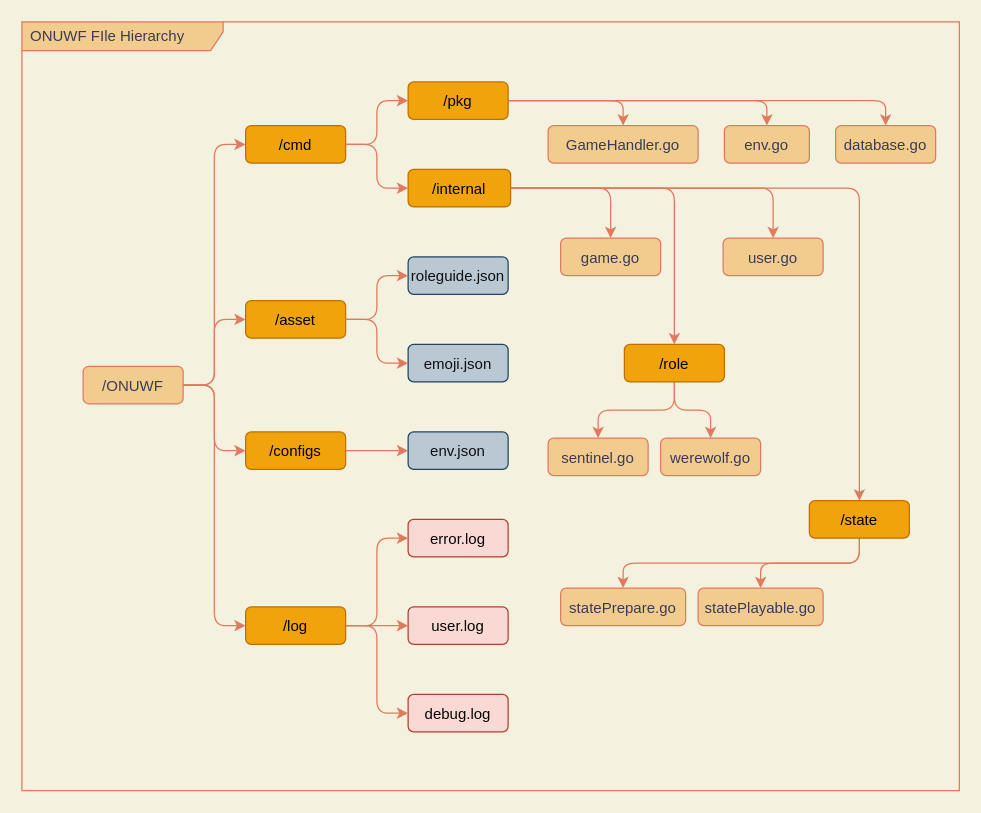
Before: docs/File Hierarchy Diagram.drawio in goyohangoyoill/onuwf, a draw.io diagram. Source tidied: cells renumbered, new cells numbered last; positions are measured from the earlier drawing's top-left corner, leaving out a move shared by most shapes. Both pictures are drawn from the tidied source at 125%, with x=0, y=0 at pixel (21, 21).
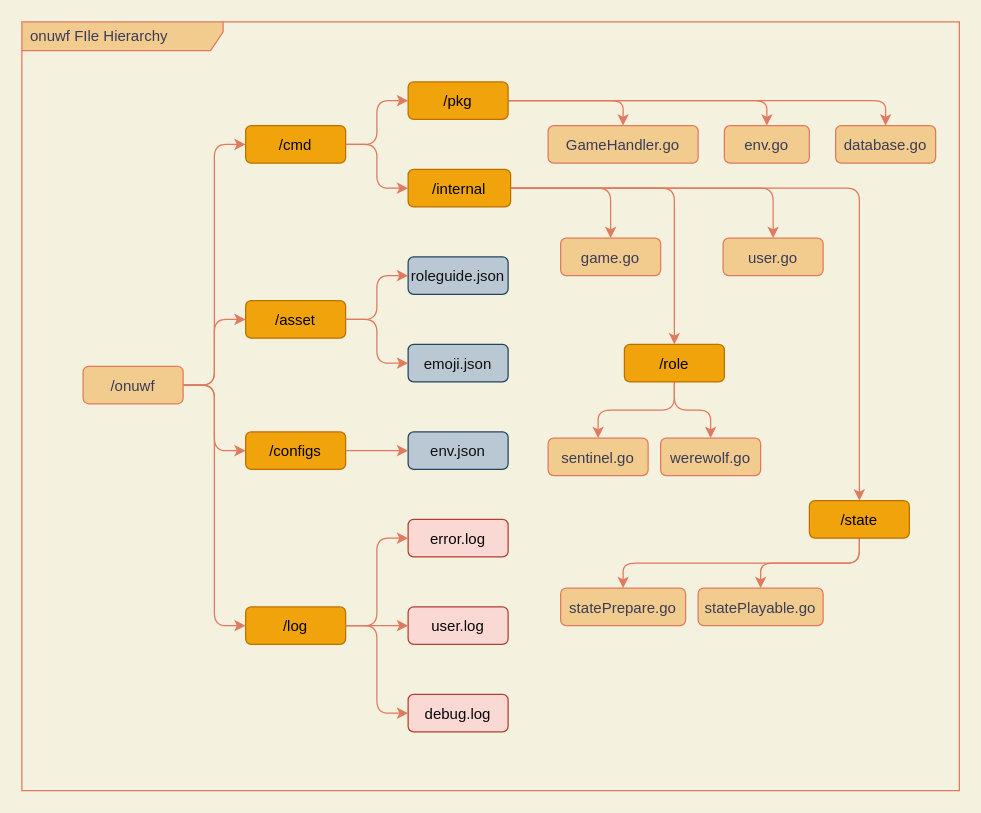
After the change.

Commit message (it also covers changes not shown here):
repo name 변경 (ONUWF -> onuwf), saveUser 메소드로 추출

The edit, as a diff of the source:
```diff
@@
-    <mxCell id="2" value="ONUWF FIle Hierarchy" style="shape=umlFrame;whiteSpace=wrap;html=1;width=161;height=23;boundedLbl=1;verticalAlign=middle;align=left;spacingLeft=5;fillColor=#F2CC8F;strokeColor=#E07A5F;fontColor=#393C56;rounded=1;" parent="1" vertex="1">
+    <mxCell id="2" value="onuwf FIle Hierarchy" style="shape=umlFrame;whiteSpace=wrap;html=1;width=161;height=23;boundedLbl=1;verticalAlign=middle;align=left;spacingLeft=5;fillColor=#F2CC8F;strokeColor=#E07A5F;fontColor=#393C56;rounded=1;" parent="1" vertex="1">
       <mxGeometry width="750" height="615" as="geometry" />
     </mxCell>
-    <mxCell id="3" value="/ONUWF" style="ellipse=1;fillColor=#F2CC8F;strokeColor=#E07A5F;fontColor=#393C56;rounded=1;" parent="1" vertex="1">
+    <mxCell id="3" value="/onuwf" style="ellipse=1;fillColor=#F2CC8F;strokeColor=#E07A5F;fontColor=#393C56;rounded=1;" parent="1" vertex="1">
       <mxGeometry x="49" y="275.5" width="80" height="30" as="geometry" />
     </mxCell>
```
